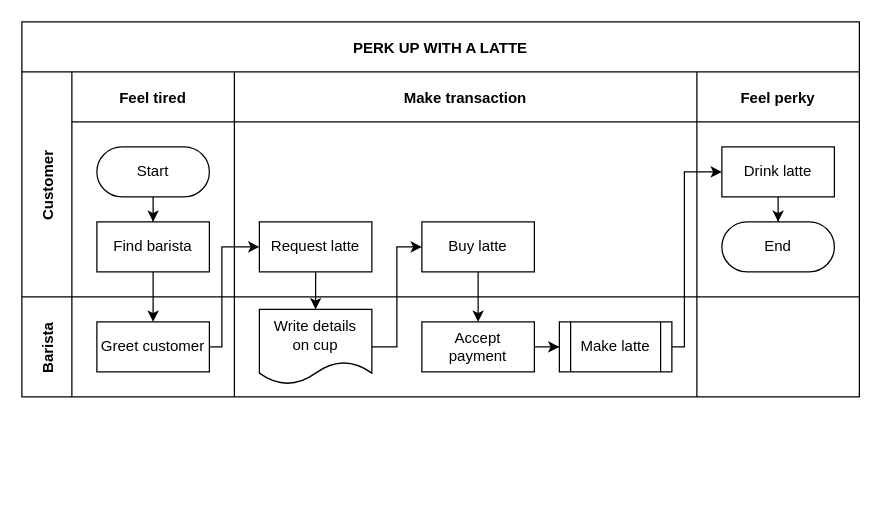
xf-huang/dblp-searching-system keeps this draw.io diagram as Untitled Diagram.drawio. Above is the earlier version. Source tidied: cells renumbered, new cells numbered last; positions are measured from the earlier drawing's top-left corner, leaving out a move shared by most shapes. Both pictures are drawn from the tidied source at 125%, with x=0, y=0 at pixel (21, 21).
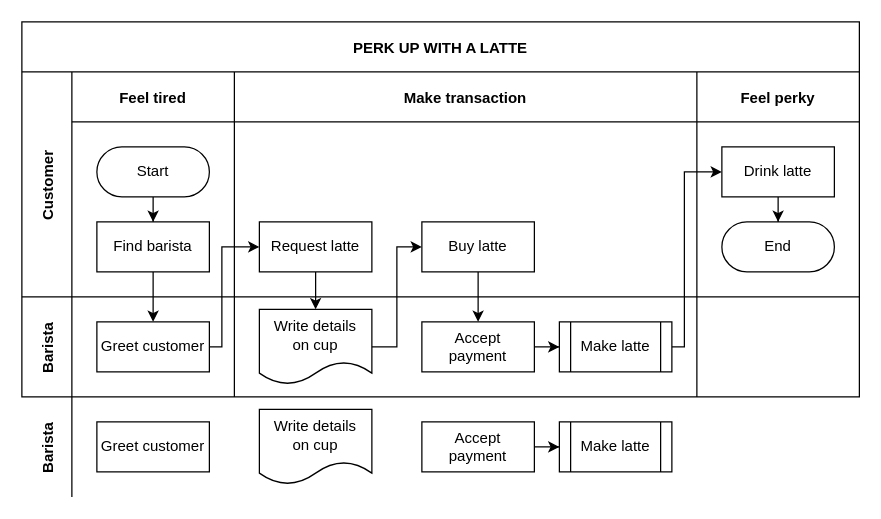
After the change.

Change to the diagram source:
```diff
@@
+    <mxCell id="30" value="Barista" style="shape=tableRow;horizontal=0;swimlaneHead=0;swimlaneBody=0;top=0;left=0;bottom=0;right=0;fillColor=none;startSize=40;fontStyle=1;" parent="1" vertex="1">
+      <mxGeometry y="300" width="670" height="80" as="geometry" />
+    </mxCell>
+    <mxCell id="31" style="swimlane;swimlaneHead=0;swimlaneBody=0;fillColor=none;startSize=0;fontStyle=1;" parent="30" vertex="1">
+      <mxGeometry x="40" width="130" height="80" as="geometry" />
+    </mxCell>
+    <mxCell id="32" value="Greet customer" style="rounded=0;whiteSpace=wrap;html=1;" parent="31" vertex="1">
+      <mxGeometry x="20" y="20" width="90" height="40" as="geometry" />
+    </mxCell>
+    <mxCell id="33" style="swimlane;swimlaneHead=0;swimlaneBody=0;fillColor=none;startSize=0;fontStyle=1;" parent="30" vertex="1">
+      <mxGeometry x="170" width="370" height="80" as="geometry" />
+    </mxCell>
+    <mxCell id="34" style="edgeStyle=orthogonalEdgeStyle;rounded=0;jettySize=auto;html=1;" parent="33" edge="1" source="35" target="37">
+      <mxGeometry relative="1" as="geometry" />
+    </mxCell>
+    <mxCell id="35" value="Accept&lt;br&gt;payment" style="rounded=0;whiteSpace=wrap;html=1;" parent="33" vertex="1">
+      <mxGeometry x="150" y="20" width="90" height="40" as="geometry" />
+    </mxCell>
+    <mxCell id="36" value="Write details&lt;br&gt;on cup" style="shape=document;whiteSpace=wrap;html=1;boundedLbl=1;" parent="33" vertex="1">
+      <mxGeometry x="20" y="10" width="90" height="60" as="geometry" />
+    </mxCell>
+    <mxCell id="37" value="Make latte" style="shape=process;whiteSpace=wrap;html=1;backgroundOutline=1;" parent="33" vertex="1">
+      <mxGeometry x="260" y="20" width="90" height="40" as="geometry" />
+    </mxCell>
+    <mxCell id="38" style="swimlane;swimlaneHead=0;swimlaneBody=0;fillColor=none;startSize=0;fontStyle=1;" parent="30" vertex="1">
+      <mxGeometry x="540" width="130" height="80" as="geometry" />
+    </mxCell>
```
